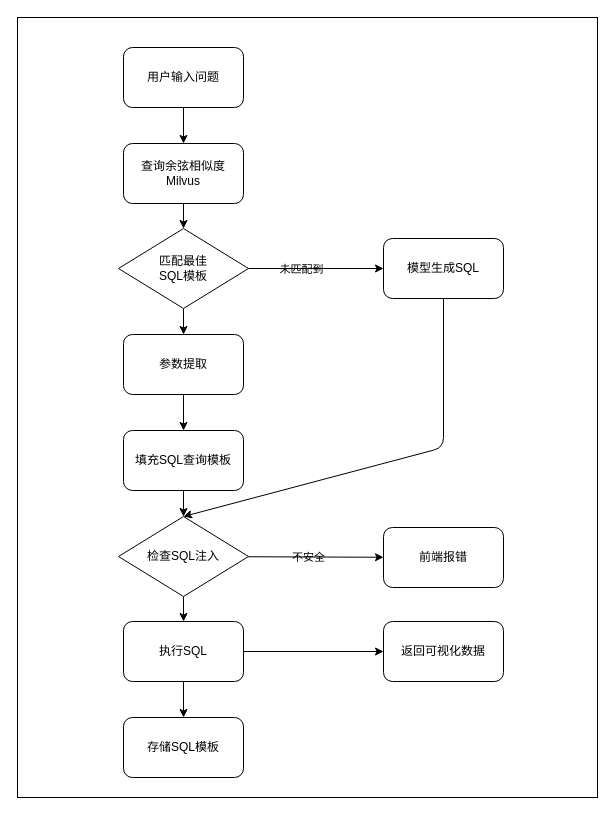
This is images/chat-bi.drawio from sumingcheng/chat-bi, a draw.io file, before an edit. Source tidied: cells renumbered, new cells numbered last; positions are measured from the earlier drawing's top-left corner, leaving out a move shared by most shapes. Both pictures are drawn from the tidied source at 100%, with x=0, y=0 at pixel (17, 17).
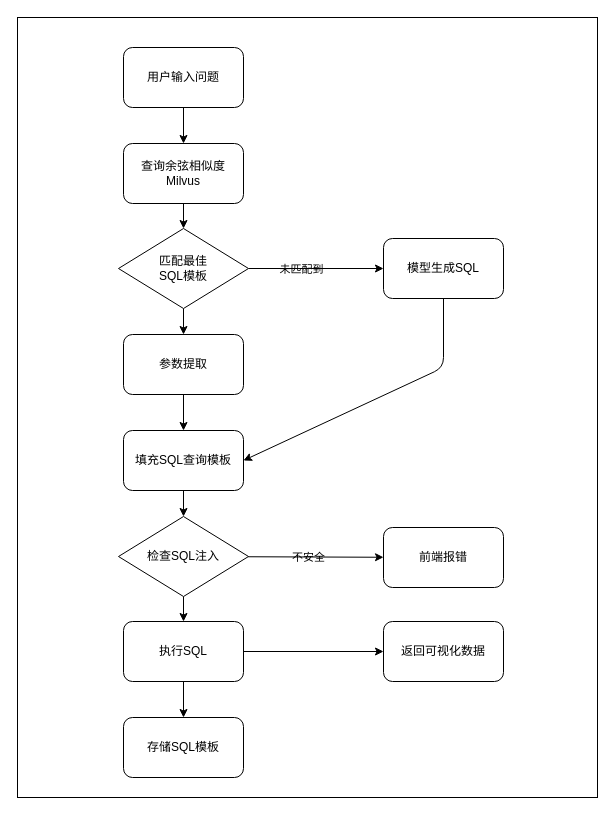
Above is the later version.

Commit message (it also covers changes not shown here):
Optimize position of elements in chat-bi.drawio

Unchanged cells that the change refers to:
```xml
<mxCell id="8" value="模型生成SQL" style="rounded=1;whiteSpace=wrap;html=1;labelBackgroundColor=none;" parent="1" vertex="1">
  <mxGeometry x="366" y="221" width="120" height="60" as="geometry" />
</mxCell>
<mxCell id="12" value="填充SQL查询模板" style="rounded=1;whiteSpace=wrap;html=1;flipV=0;flipH=1;labelBackgroundColor=none;" parent="1" vertex="1">
  <mxGeometry x="106" y="413" width="120" height="60" as="geometry" />
</mxCell>
<mxCell id="25" value="检查SQL注入" style="rhombus;whiteSpace=wrap;html=1;flipV=0;flipH=1;labelBackgroundColor=none;" parent="1" vertex="1">
  <mxGeometry x="101" y="499" width="130" height="80" as="geometry" />
</mxCell>
```

The edit, as a diff of the source:
```diff
@@
-    <mxCell id="7" style="edgeStyle=none;html=1;entryX=0.5;entryY=0;entryDx=0;entryDy=0;labelBackgroundColor=none;" parent="1" edge="1" source="8" target="25">
+    <mxCell id="7" style="edgeStyle=none;html=1;labelBackgroundColor=none;entryX=1;entryY=0.5;entryDx=0;entryDy=0;" parent="1" edge="1" source="8" target="12">
       <mxGeometry relative="1" as="geometry">
         <Array as="points">
-          <mxPoint x="426" y="430" />
+          <mxPoint x="426" y="350" />
         </Array>
       </mxGeometry>
     </mxCell>
```
